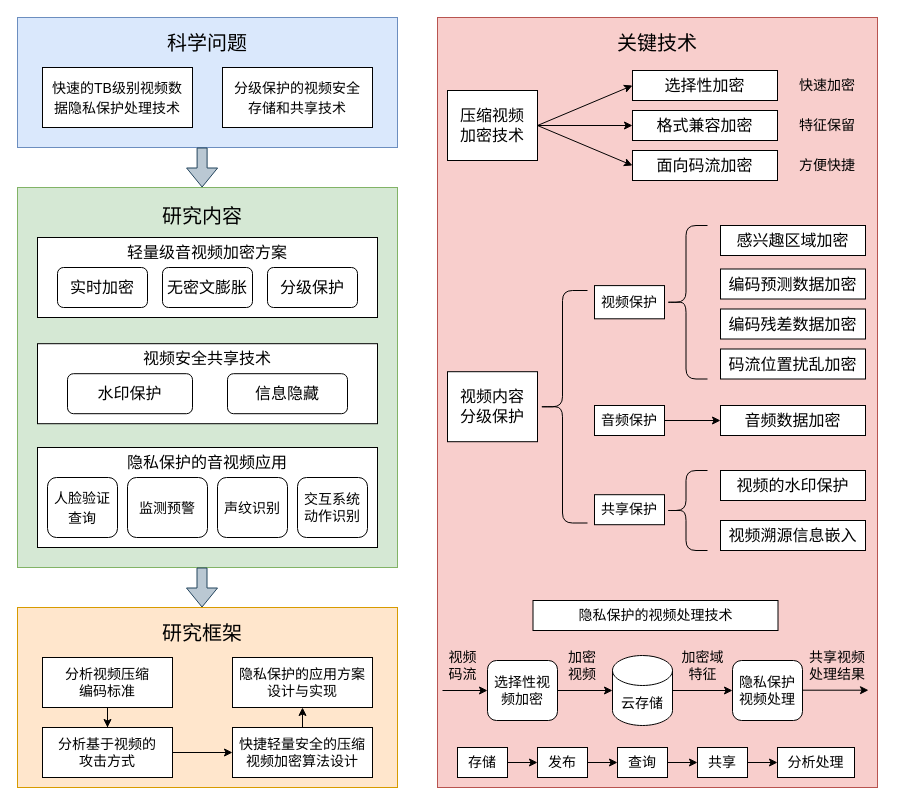
The draw.io diagram Privacy-preserving-system.drawio in tianxianhao/Text, before the edit. Source tidied: cells renumbered, new cells numbered last; positions are measured from the earlier drawing's top-left corner, leaving out a move shared by most shapes. Both pictures are drawn from the tidied source at 100%, with x=0, y=0 at pixel (17, 17).
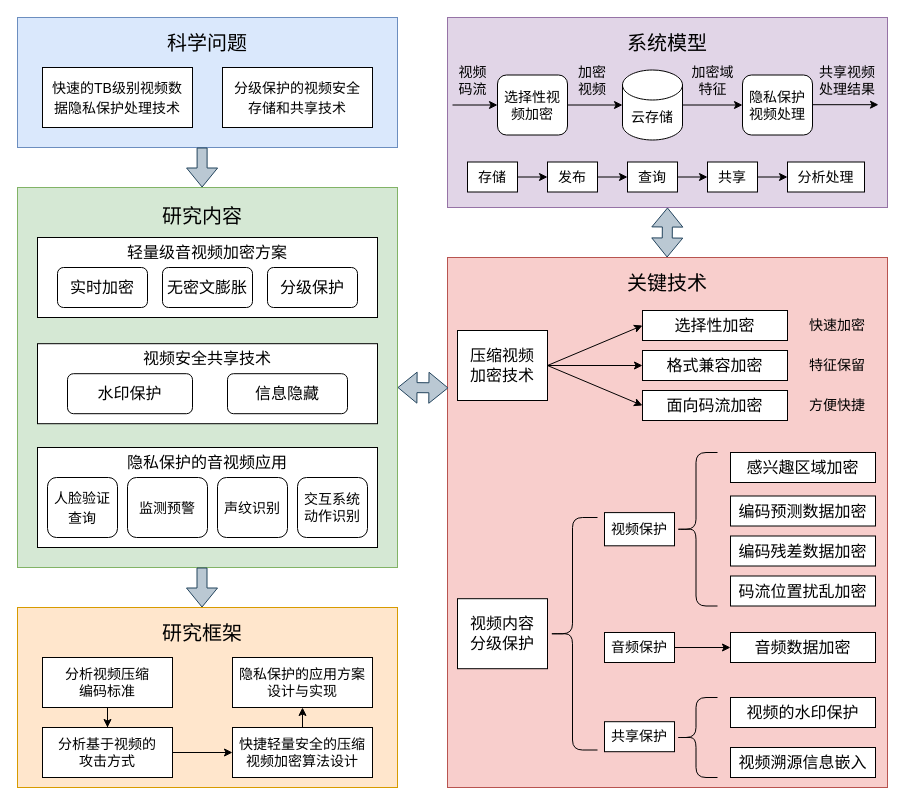
After the change.

Change to the diagram source:
```diff
@@
+    <mxCell id="82" style="rounded=0;whiteSpace=wrap;html=1;fontSize=14;fillColor=#e1d5e7;strokeColor=#9673a6;" parent="1" vertex="1">
+      <mxGeometry x="430" width="440" height="190" as="geometry" />
+    </mxCell>
     <mxCell id="2" style="rounded=0;whiteSpace=wrap;html=1;fontSize=20;fillColor=#f8cecc;strokeColor=#b85450;" parent="1" vertex="1">
-      <mxGeometry x="420" width="440" height="770" as="geometry" />
+      <mxGeometry x="430" y="240" width="440" height="530" as="geometry" />
     </mxCell>
@@
     <mxCell id="8" value="关键技术" style="text;html=1;strokeColor=none;fillColor=none;align=center;verticalAlign=middle;whiteSpace=wrap;rounded=0;fontSize=20;" parent="1" vertex="1">
-      <mxGeometry x="590" y="10" width="100" height="30" as="geometry" />
+      <mxGeometry x="600" y="250" width="100" height="30" as="geometry" />
     </mxCell>
@@
     <mxCell id="12" value="压缩视频&lt;br&gt;加密技术" style="rounded=0;whiteSpace=wrap;html=1;fontSize=16;" parent="1" vertex="1">
-      <mxGeometry x="430" y="73" width="90" height="70" as="geometry" />
+      <mxGeometry x="440" y="313" width="90" height="70" as="geometry" />
     </mxCell>
     <mxCell id="13" value="格式兼容加密" style="rounded=0;whiteSpace=wrap;html=1;fontSize=16;" parent="1" vertex="1">
-      <mxGeometry x="615" y="93" width="145" height="30" as="geometry" />
+      <mxGeometry x="625" y="333" width="145" height="30" as="geometry" />
     </mxCell>
     <mxCell id="14" value="面向码流加密" style="rounded=0;whiteSpace=wrap;html=1;fontSize=16;" parent="1" vertex="1">
-      <mxGeometry x="615" y="133" width="145" height="30" as="geometry" />
+      <mxGeometry x="625" y="373" width="145" height="30" as="geometry" />
     </mxCell>
     <mxCell id="15" value="选择性加密" style="rounded=0;whiteSpace=wrap;html=1;fontSize=16;" parent="1" vertex="1">
-      <mxGeometry x="615" y="53" width="145" height="30" as="geometry" />
+      <mxGeometry x="625" y="293" width="145" height="30" as="geometry" />
     </mxCell>
@@
     <mxCell id="19" value="视频内容&lt;br&gt;分级保护" style="rounded=0;whiteSpace=wrap;html=1;fontSize=16;" parent="1" vertex="1">
-      <mxGeometry x="430" y="354.2" width="90" height="70" as="geometry" />
+      <mxGeometry x="440" y="581.2" width="90" height="70" as="geometry" />
     </mxCell>
     <mxCell id="20" value="编码预测数据加密" style="rounded=0;whiteSpace=wrap;html=1;fontSize=16;" parent="1" vertex="1">
-      <mxGeometry x="703" y="251.5" width="145" height="30" as="geometry" />
+      <mxGeometry x="713" y="478.5" width="145" height="30" as="geometry" />
     </mxCell>
     <mxCell id="21" value="编码残差数据加密" style="rounded=0;whiteSpace=wrap;html=1;fontSize=16;" parent="1" vertex="1">
-      <mxGeometry x="703" y="291.5" width="145" height="30" as="geometry" />
+      <mxGeometry x="713" y="518.5" width="145" height="30" as="geometry" />
     </mxCell>
     <mxCell id="22" value="码流位置扰乱加密" style="rounded=0;whiteSpace=wrap;html=1;fontSize=16;" parent="1" vertex="1">
-      <mxGeometry x="703" y="331.5" width="145" height="30" as="geometry" />
+      <mxGeometry x="713" y="558.5" width="145" height="30" as="geometry" />
     </mxCell>
@@
     <mxCell id="33" style="shape=curlyBracket;whiteSpace=wrap;html=1;rounded=1;fontSize=16;" parent="1" vertex="1">
-      <mxGeometry x="647" y="208" width="43" height="153.5" as="geometry" />
+      <mxGeometry x="657" y="435" width="43" height="153.5" as="geometry" />
     </mxCell>
@@
     <mxCell id="43" value="选择性视频加密" style="rounded=1;whiteSpace=wrap;html=1;fontSize=14;" parent="1" vertex="1">
-      <mxGeometry x="470" y="643" width="70" height="60" as="geometry" />
+      <mxGeometry x="480" y="57.5" width="70" height="60" as="geometry" />
     </mxCell>
     <mxCell id="44" value="加密视频" style="text;html=1;strokeColor=none;fillColor=none;align=center;verticalAlign=middle;whiteSpace=wrap;rounded=0;fontSize=14;" parent="1" vertex="1">
-      <mxGeometry x="545" y="633" width="40" height="30" as="geometry" />
+      <mxGeometry x="555" y="47.5" width="40" height="30" as="geometry" />
     </mxCell>
     <mxCell id="45" value="视频&lt;br&gt;码流" style="text;html=1;strokeColor=none;fillColor=none;align=center;verticalAlign=middle;whiteSpace=wrap;rounded=0;fontSize=14;" parent="1" vertex="1">
-      <mxGeometry x="425" y="633" width="41" height="30" as="geometry" />
+      <mxGeometry x="435" y="47.5" width="41" height="30" as="geometry" />
     </mxCell>
     <mxCell id="46" style="endArrow=classic;html=1;rounded=0;fontSize=14;fillColor=#000000;entryX=0;entryY=0.5;entryDx=0;entryDy=0;" parent="1" edge="1" target="43">
       <mxGeometry relative="1" as="geometry">
-        <mxPoint x="425" y="673" as="sourcePoint" />
+        <mxPoint x="435" y="87.5" as="sourcePoint" />
       </mxGeometry>
     </mxCell>
     <mxCell id="47" value="共享视频处理结果" style="text;html=1;strokeColor=none;fillColor=none;align=center;verticalAlign=middle;whiteSpace=wrap;rounded=0;fontSize=14;" parent="1" vertex="1">
-      <mxGeometry x="785" y="633" width="70" height="30" as="geometry" />
+      <mxGeometry x="795" y="47.5" width="70" height="30" as="geometry" />
     </mxCell>
@@
     <mxCell id="49" value="云存储" style="shape=cylinder3;whiteSpace=wrap;html=1;boundedLbl=1;backgroundOutline=1;size=15;fontSize=14;" parent="1" vertex="1">
-      <mxGeometry x="595" y="638" width="60" height="70" as="geometry" />
+      <mxGeometry x="605" y="52.5" width="60" height="70" as="geometry" />
     </mxCell>
@@
     <mxCell id="57" value="音频保护" style="rounded=0;whiteSpace=wrap;html=1;fontSize=14;" parent="1" vertex="1">
-      <mxGeometry x="577" y="388" width="70" height="30" as="geometry" />
+      <mxGeometry x="587" y="615" width="70" height="30" as="geometry" />
     </mxCell>
     <mxCell id="58" value="视频保护" style="rounded=0;whiteSpace=wrap;html=1;fontSize=14;" parent="1" vertex="1">
-      <mxGeometry x="577" y="268.1" width="70" height="33.2" as="geometry" />
+      <mxGeometry x="587" y="495.1" width="70" height="33.2" as="geometry" />
     </mxCell>
     <mxCell id="59" value="感兴趣区域加密" style="rounded=0;whiteSpace=wrap;html=1;fontSize=16;" parent="1" vertex="1">
-      <mxGeometry x="703" y="208" width="145" height="30" as="geometry" />
+      <mxGeometry x="713" y="435" width="145" height="30" as="geometry" />
     </mxCell>
     <mxCell id="60" value="音频数据加密" style="rounded=0;whiteSpace=wrap;html=1;fontSize=16;" parent="1" vertex="1">
-      <mxGeometry x="703" y="388" width="145" height="30" as="geometry" />
+      <mxGeometry x="713" y="615" width="145" height="30" as="geometry" />
     </mxCell>
     <mxCell id="61" style="shape=curlyBracket;whiteSpace=wrap;html=1;rounded=1;fontSize=16;" parent="1" vertex="1">
-      <mxGeometry x="520" y="273" width="50" height="232.5" as="geometry" />
+      <mxGeometry x="530" y="500" width="50" height="232.5" as="geometry" />
     </mxCell>
     <mxCell id="62" value="特征保留" style="text;html=1;strokeColor=none;fillColor=none;align=center;verticalAlign=middle;whiteSpace=wrap;rounded=0;fontSize=14;" parent="1" vertex="1">
-      <mxGeometry x="780" y="93" width="60" height="30" as="geometry" />
+      <mxGeometry x="790" y="333" width="60" height="30" as="geometry" />
     </mxCell>
     <mxCell id="63" value="快速加密" style="text;html=1;strokeColor=none;fillColor=none;align=center;verticalAlign=middle;whiteSpace=wrap;rounded=0;fontSize=14;" parent="1" vertex="1">
-      <mxGeometry x="780" y="53" width="60" height="30" as="geometry" />
+      <mxGeometry x="790" y="293" width="60" height="30" as="geometry" />
     </mxCell>
     <mxCell id="64" value="方便快捷" style="text;html=1;strokeColor=none;fillColor=none;align=center;verticalAlign=middle;whiteSpace=wrap;rounded=0;fontSize=14;" parent="1" vertex="1">
-      <mxGeometry x="780" y="133" width="60" height="30" as="geometry" />
+      <mxGeometry x="790" y="373" width="60" height="30" as="geometry" />
     </mxCell>
     <mxCell id="65" value="共享保护" style="rounded=0;whiteSpace=wrap;html=1;fontSize=14;" parent="1" vertex="1">
-      <mxGeometry x="577" y="477.2" width="70" height="30" as="geometry" />
+      <mxGeometry x="587" y="704.2" width="70" height="30" as="geometry" />
     </mxCell>
     <mxCell id="66" style="shape=curlyBracket;whiteSpace=wrap;html=1;rounded=1;fontSize=16;" parent="1" vertex="1">
-      <mxGeometry x="647" y="453" width="43" height="80" as="geometry" />
+      <mxGeometry x="657" y="680" width="43" height="80" as="geometry" />
     </mxCell>
     <mxCell id="67" value="视频溯源信息嵌入" style="rounded=0;whiteSpace=wrap;html=1;fontSize=16;" parent="1" vertex="1">
-      <mxGeometry x="703" y="503" width="145" height="30" as="geometry" />
+      <mxGeometry x="713" y="730" width="145" height="30" as="geometry" />
     </mxCell>
     <mxCell id="68" value="视频的水印保护" style="rounded=0;whiteSpace=wrap;html=1;fontSize=16;" parent="1" vertex="1">
-      <mxGeometry x="703" y="453" width="145" height="30" as="geometry" />
+      <mxGeometry x="713" y="680" width="145" height="30" as="geometry" />
     </mxCell>
-    <mxCell id="69" value="隐私保护的视频处理技术" style="rounded=0;whiteSpace=wrap;html=1;fontSize=14;" parent="1" vertex="1">
-      <mxGeometry x="515.5" y="583" width="245" height="30" as="geometry" />
-    </mxCell>
     <mxCell id="70" value="加密域特征" style="text;html=1;strokeColor=none;fillColor=none;align=center;verticalAlign=middle;whiteSpace=wrap;rounded=0;fontSize=14;" parent="1" vertex="1">
-      <mxGeometry x="658.5" y="633" width="52.5" height="30" as="geometry" />
+      <mxGeometry x="668.5" y="47.5" width="52.5" height="30" as="geometry" />
     </mxCell>
     <mxCell id="71" value="&lt;span style=&quot;&quot;&gt;隐私保护视频处理&lt;/span&gt;" style="rounded=1;whiteSpace=wrap;html=1;fontSize=14;" parent="1" vertex="1">
-      <mxGeometry x="715" y="643" width="70" height="60" as="geometry" />
+      <mxGeometry x="725" y="57.5" width="70" height="60" as="geometry" />
     </mxCell>
     <mxCell id="72" style="endArrow=classic;html=1;rounded=0;fontSize=14;fillColor=#000000;entryX=0;entryY=0.5;entryDx=0;entryDy=0;" parent="1" edge="1">
       <mxGeometry relative="1" as="geometry">
-        <mxPoint x="785" y="672.7" as="sourcePoint" />
-        <mxPoint x="851" y="672.7" as="targetPoint" />
+        <mxPoint x="795" y="87.2" as="sourcePoint" />
+        <mxPoint x="861" y="87.2" as="targetPoint" />
       </mxGeometry>
     </mxCell>
@@
     <mxCell id="74" value="存储" style="rounded=0;whiteSpace=wrap;html=1;fontSize=14;" parent="1" vertex="1">
-      <mxGeometry x="440" y="730" width="50" height="30" as="geometry" />
+      <mxGeometry x="450" y="144.5" width="50" height="30" as="geometry" />
     </mxCell>
@@
     <mxCell id="76" value="共享" style="rounded=0;whiteSpace=wrap;html=1;fontSize=14;" parent="1" vertex="1">
-      <mxGeometry x="680" y="730" width="50" height="30" as="geometry" />
+      <mxGeometry x="690" y="144.5" width="50" height="30" as="geometry" />
     </mxCell>
@@
     <mxCell id="78" value="发布" style="rounded=0;whiteSpace=wrap;html=1;fontSize=14;" parent="1" vertex="1">
-      <mxGeometry x="520" y="730" width="50" height="30" as="geometry" />
+      <mxGeometry x="530" y="144.5" width="50" height="30" as="geometry" />
     </mxCell>
@@
     <mxCell id="80" value="查询" style="rounded=0;whiteSpace=wrap;html=1;fontSize=14;" parent="1" vertex="1">
-      <mxGeometry x="600" y="730" width="50" height="30" as="geometry" />
+      <mxGeometry x="610" y="144.5" width="50" height="30" as="geometry" />
     </mxCell>
     <mxCell id="81" value="分析处理" style="rounded=0;whiteSpace=wrap;html=1;fontSize=14;" parent="1" vertex="1">
-      <mxGeometry x="760" y="730" width="77" height="30" as="geometry" />
+      <mxGeometry x="770" y="144.5" width="77" height="30" as="geometry" />
     </mxCell>
+    <mxCell id="83" style="shape=flexArrow;endArrow=classic;html=1;rounded=0;fontSize=14;fillColor=#bac8d3;strokeColor=#23445d;exitX=0.002;exitY=0.414;exitDx=0;exitDy=0;exitPerimeter=0;startArrow=block;" parent="1" edge="1">
+      <mxGeometry relative="1" as="geometry">
+        <mxPoint x="430.9" y="370.4" as="sourcePoint" />
+        <mxPoint x="380" y="370" as="targetPoint" />
+      </mxGeometry>
+    </mxCell>
+    <mxCell id="84" value="系统模型" style="text;html=1;strokeColor=none;fillColor=none;align=center;verticalAlign=middle;whiteSpace=wrap;rounded=0;fontSize=20;" parent="1" vertex="1">
+      <mxGeometry x="600" y="10" width="100" height="30" as="geometry" />
+    </mxCell>
+    <mxCell id="85" style="shape=flexArrow;endArrow=classic;html=1;rounded=0;fontSize=14;fillColor=#bac8d3;strokeColor=#23445d;startArrow=block;exitX=0.5;exitY=1;exitDx=0;exitDy=0;" parent="1" edge="1" source="82">
+      <mxGeometry relative="1" as="geometry">
+        <mxPoint x="649.6" y="240" as="targetPoint" />
+      </mxGeometry>
+    </mxCell>
```
